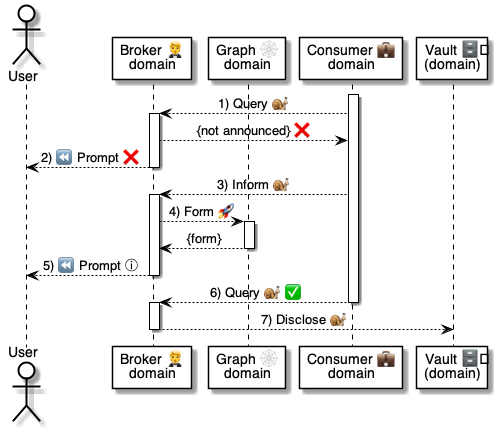
The PlantUML diagram 4 ⚙️ Solution/41 🎭 Domain Roles/Consumers 💼/💼⏩ Consumer flows/Inform 💼⏩📝/💼 Inform ⚙️ uml.png in pollyweb-org/pollyweb-docs, before a commit. Its source is kept beside it as 4 ⚙️ Solution/41 🎭 Domain Roles/Consumers 💼/💼⏩ Consumer flows/Inform 💼⏩📝/💼 Inform ⚙️ uml.puml.
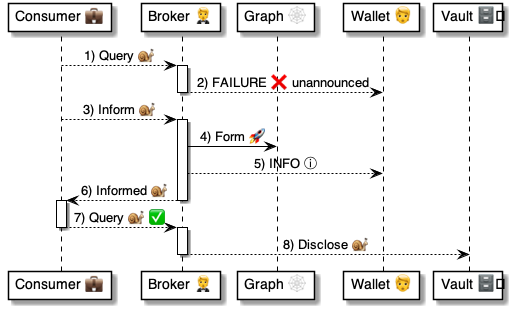
Later version of the same file.

What changed in the source:
```diff
@@ -1,35 +1,35 @@
 @startuml ⚙️ Form
 
-actor User as user
-participant "Broker 🤵\ndomain" as broker
-participant "Graph 🕸\ndomain" as graph
-participant "Consumer 💼\ndomain" as consumer
-participant "Vault 🗄️\n(domain)" as vault
+participant "Consumer 💼" as consumer
+participant "Broker 🤵" as broker
+participant "Graph 🕸" as graph
+participant "Wallet 🧑" as user
+participant "Vault 🗄️" as vault
 
 
 
-activate consumer
-consumer --> broker: 1) Query 🐌
+    consumer --> broker: 1) Query 🐌
+
 activate broker
-    broker --> consumer: {not announced} ❌
-    broker --> user: 2) ⏪ Prompt ❌
+    broker --> user: 2) FAILURE ❌ unannounced
 deactivate broker
 
-consumer --> broker: 3) Inform 🐌
+    consumer --> broker: 3) Inform 🐌
+
 activate broker
 
-    broker --> graph: 4) Form 🚀
-    activate graph
-        graph --> broker: {form}
-    deactivate graph
+    broker -> graph: 4) Form 🚀
 
-    broker --> user: 5) ⏪ Prompt ⓘ
+    broker --> user: 5) INFO ⓘ
+    broker --> consumer: 6) Informed 🐌
 deactivate broker
 
-consumer --> broker: 6) Query 🐌 ✅
+activate consumer
+    consumer --> broker: 7) Query 🐌 ✅
 deactivate consumer
+
 activate broker
-    broker --> vault: 7) Disclose 🐌
+    broker --> vault: 8) Disclose 🐌
 deactivate broker
 
 
```
